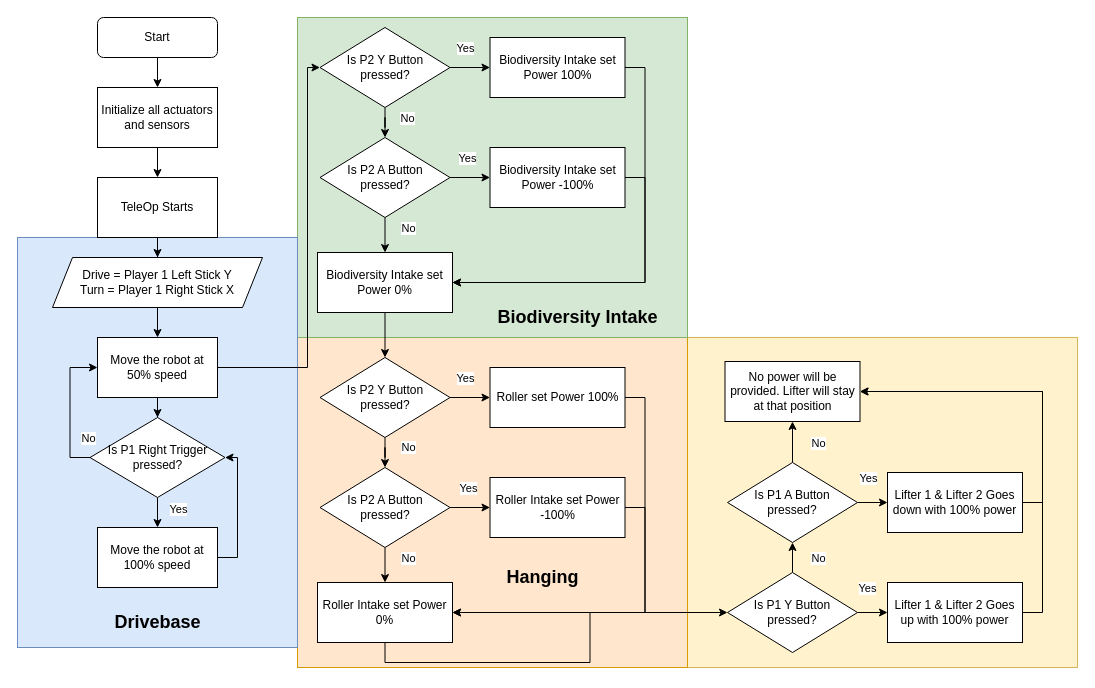
This is Untitled Diagram.drawio from CoderAhza/FTC-FGC, a draw.io file, before an edit. Source tidied: cells renumbered, new cells numbered last; positions are measured from the earlier drawing's top-left corner, leaving out a move shared by most shapes. Both pictures are drawn from the tidied source at 100%, with x=0, y=0 at pixel (17, 17).
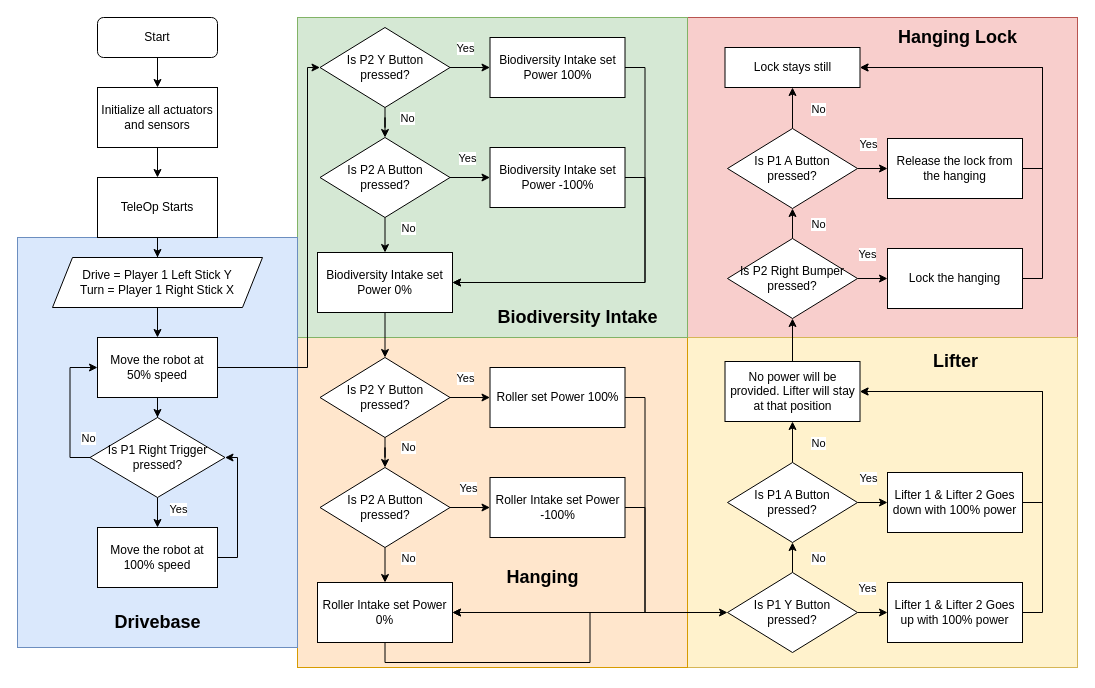
Above is the later version.

Unchanged cells that the change refers to:
```xml
<mxCell id="74" value="No power will be provided. Lifter will stay at that position" style="rounded=0;whiteSpace=wrap;html=1;" parent="1" vertex="1">
  <mxGeometry x="707.5" y="344" width="135" height="60" as="geometry" />
</mxCell>
```

What changed in the source:
```diff
@@
+    <mxCell id="75" style="rounded=0;whiteSpace=wrap;html=1;fillColor=#f8cecc;strokeColor=#b85450;" parent="1" vertex="1">
+      <mxGeometry x="670" width="390" height="320" as="geometry" />
+    </mxCell>
@@
+    <mxCell id="76" style="edgeStyle=orthogonalEdgeStyle;rounded=0;jettySize=auto;html=1;exitX=0.5;exitY=0;exitDx=0;exitDy=0;" parent="1" edge="1" source="74" target="82">
+      <mxGeometry relative="1" as="geometry" />
+    </mxCell>
@@
+    <mxCell id="77" value="&lt;span style=&quot;font-size: 18px;&quot;&gt;&lt;b&gt;Lifter&lt;/b&gt;&lt;/span&gt;" style="text;html=1;align=center;verticalAlign=middle;strokeColor=none;fillColor=none;" parent="1" vertex="1">
+      <mxGeometry x="902.5" y="324" width="70" height="40" as="geometry" />
+    </mxCell>
+    <mxCell id="78" style="edgeStyle=orthogonalEdgeStyle;rounded=0;jettySize=auto;html=1;exitX=1;exitY=0.5;exitDx=0;exitDy=0;" parent="1" edge="1" source="82" target="84">
+      <mxGeometry relative="1" as="geometry" />
+    </mxCell>
+    <mxCell id="79" value="Yes" style="edgeLabel;html=1;align=center;verticalAlign=middle;" parent="78" vertex="1">
+      <mxGeometry x="0.1" relative="1" as="geometry">
+        <mxPoint x="-3" y="-25" as="offset" />
+      </mxGeometry>
+    </mxCell>
+    <mxCell id="80" style="edgeStyle=orthogonalEdgeStyle;rounded=0;jettySize=auto;html=1;exitX=0.5;exitY=0;exitDx=0;exitDy=0;entryX=0.5;entryY=1;entryDx=0;entryDy=0;" parent="1" edge="1" source="82" target="89">
+      <mxGeometry relative="1" as="geometry" />
+    </mxCell>
+    <mxCell id="81" value="No" style="edgeLabel;html=1;align=center;verticalAlign=middle;" parent="80" vertex="1">
+      <mxGeometry x="-0.1" relative="1" as="geometry">
+        <mxPoint x="25" y="-1" as="offset" />
+      </mxGeometry>
+    </mxCell>
+    <mxCell id="82" value="Is P2 Right Bumper pressed?" style="rhombus;whiteSpace=wrap;html=1;" parent="1" vertex="1">
+      <mxGeometry x="710" y="221" width="130" height="80" as="geometry" />
+    </mxCell>
+    <mxCell id="83" style="edgeStyle=orthogonalEdgeStyle;rounded=0;jettySize=auto;html=1;exitX=1;exitY=0.5;exitDx=0;exitDy=0;entryX=1;entryY=0.5;entryDx=0;entryDy=0;" parent="1" edge="1" source="84" target="92">
+      <mxGeometry relative="1" as="geometry" />
+    </mxCell>
+    <mxCell id="84" value="Lock the hanging" style="rounded=0;whiteSpace=wrap;html=1;" parent="1" vertex="1">
+      <mxGeometry x="870" y="231" width="135" height="60" as="geometry" />
+    </mxCell>
+    <mxCell id="85" style="edgeStyle=orthogonalEdgeStyle;rounded=0;jettySize=auto;html=1;" parent="1" edge="1" source="89" target="91">
+      <mxGeometry relative="1" as="geometry" />
+    </mxCell>
+    <mxCell id="86" value="Yes" style="edgeLabel;html=1;align=center;verticalAlign=middle;" parent="85" vertex="1">
+      <mxGeometry x="0.18" relative="1" as="geometry">
+        <mxPoint y="-25" as="offset" />
+      </mxGeometry>
+    </mxCell>
+    <mxCell id="87" style="edgeStyle=orthogonalEdgeStyle;rounded=0;jettySize=auto;html=1;exitX=0.5;exitY=0;exitDx=0;exitDy=0;entryX=0.5;entryY=1;entryDx=0;entryDy=0;" parent="1" edge="1" source="89" target="92">
+      <mxGeometry relative="1" as="geometry" />
+    </mxCell>
+    <mxCell id="88" value="No" style="edgeLabel;html=1;align=center;verticalAlign=middle;" parent="87" vertex="1">
+      <mxGeometry x="-0.02" y="2" relative="1" as="geometry">
+        <mxPoint x="27" as="offset" />
+      </mxGeometry>
+    </mxCell>
+    <mxCell id="89" value="Is P1 A Button pressed?" style="rhombus;whiteSpace=wrap;html=1;" parent="1" vertex="1">
+      <mxGeometry x="710" y="111" width="130" height="80" as="geometry" />
+    </mxCell>
+    <mxCell id="90" style="edgeStyle=orthogonalEdgeStyle;rounded=0;jettySize=auto;html=1;exitX=1;exitY=0.5;exitDx=0;exitDy=0;entryX=1;entryY=0.5;entryDx=0;entryDy=0;" parent="1" edge="1" source="91" target="92">
+      <mxGeometry relative="1" as="geometry" />
+    </mxCell>
+    <mxCell id="91" value="Release the lock from the hanging" style="rounded=0;whiteSpace=wrap;html=1;" parent="1" vertex="1">
+      <mxGeometry x="870" y="121" width="135" height="60" as="geometry" />
+    </mxCell>
+    <mxCell id="92" value="Lock stays still" style="rounded=0;whiteSpace=wrap;html=1;" parent="1" vertex="1">
+      <mxGeometry x="707.5" y="30" width="135" height="40" as="geometry" />
+    </mxCell>
+    <mxCell id="93" value="&lt;span style=&quot;font-size: 18px;&quot;&gt;&lt;b&gt;Hanging Lock&lt;/b&gt;&lt;/span&gt;" style="text;html=1;align=center;verticalAlign=middle;strokeColor=none;fillColor=none;" parent="1" vertex="1">
+      <mxGeometry x="870" width="140" height="40" as="geometry" />
+    </mxCell>
```
